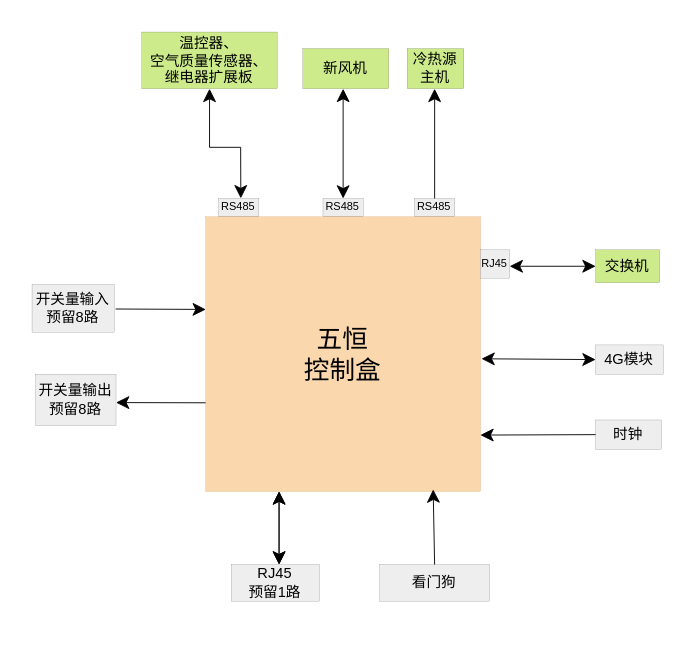
Before: 空调需求原理框图.drawio in JohnNash23/test, a draw.io diagram. Source tidied: cells renumbered, new cells numbered last; positions are measured from the earlier drawing's top-left corner, leaving out a move shared by most shapes. Both pictures are drawn from the tidied source at 183%, with x=0, y=0 at pixel (31, 31).
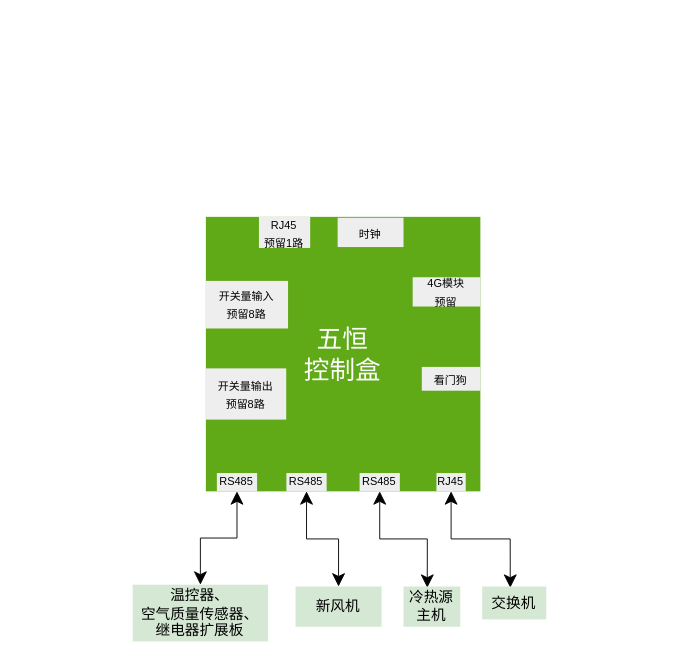
The same diagram, later.

Commit message:
更新空调需求原理框图.drawio

The edit, as a diff of the source:
```diff
@@
+    <mxCell id="5" value="&lt;div style=&quot;font-size: 8px&quot;&gt;&lt;font style=&quot;font-size: 14px&quot;&gt;五恒&lt;/font&gt;&lt;/div&gt;&lt;div style=&quot;font-size: 8px&quot;&gt;&lt;font style=&quot;font-size: 14px&quot;&gt;控制盒&lt;/font&gt;&lt;/div&gt;" style="whiteSpace=wrap;html=1;strokeWidth=0.1;fontSize=8;fillColor=#60a917;strokeColor=none;fontColor=#ffffff;" parent="1" vertex="1">
+      <mxGeometry x="95" y="101" width="150" height="150" as="geometry" />
+    </mxCell>
-    <mxCell id="2" value="&lt;font style=&quot;font-size: 6px;&quot;&gt;RS485&lt;/font&gt;" style="rounded=0;whiteSpace=wrap;html=1;strokeWidth=0.1;fontSize=6;fillColor=#eeeeee;strokeColor=#36393d;" parent="1" vertex="1">
-      <mxGeometry x="102" y="91" width="22" height="10" as="geometry" />
+    <mxCell id="2" value="&lt;font style=&quot;font-size: 6px;&quot;&gt;RS485&lt;/font&gt;" style="rounded=0;whiteSpace=wrap;html=1;strokeWidth=0.1;fontSize=6;fillColor=#eeeeee;strokeColor=none;" parent="1" vertex="1">
+      <mxGeometry x="101" y="241" width="22" height="10" as="geometry" />
     </mxCell>
-    <mxCell id="3" value="&lt;font style=&quot;font-size: 6px;&quot;&gt;RS485&lt;/font&gt;" style="rounded=0;whiteSpace=wrap;html=1;strokeWidth=0.1;fontSize=6;fillColor=#eeeeee;strokeColor=#36393d;" parent="1" vertex="1">
-      <mxGeometry x="159" y="91" width="22" height="10" as="geometry" />
+    <mxCell id="3" value="&lt;font style=&quot;font-size: 6px;&quot;&gt;RS485&lt;/font&gt;" style="rounded=0;whiteSpace=wrap;html=1;strokeWidth=0.1;fontSize=6;fillColor=#eeeeee;strokeColor=none;" parent="1" vertex="1">
+      <mxGeometry x="139" y="241" width="22" height="10" as="geometry" />
     </mxCell>
-    <mxCell id="4" value="&lt;font style=&quot;font-size: 6px;&quot;&gt;RS485&lt;/font&gt;" style="rounded=0;whiteSpace=wrap;html=1;strokeWidth=0.1;fontSize=6;fillColor=#eeeeee;strokeColor=#36393d;" parent="1" vertex="1">
-      <mxGeometry x="209" y="91" width="22" height="10" as="geometry" />
+    <mxCell id="4" value="&lt;font style=&quot;font-size: 6px;&quot;&gt;RS485&lt;/font&gt;" style="rounded=0;whiteSpace=wrap;html=1;strokeWidth=0.1;fontSize=6;fillColor=#eeeeee;strokeColor=none;" parent="1" vertex="1">
+      <mxGeometry x="179" y="241" width="22" height="10" as="geometry" />
     </mxCell>
-    <mxCell id="5" value="&lt;div style=&quot;font-size: 8px&quot;&gt;&lt;font style=&quot;font-size: 14px&quot;&gt;五恒&lt;/font&gt;&lt;/div&gt;&lt;div style=&quot;font-size: 8px&quot;&gt;&lt;font style=&quot;font-size: 14px&quot;&gt;控制盒&lt;/font&gt;&lt;/div&gt;" style="whiteSpace=wrap;html=1;strokeWidth=0.1;fontSize=8;fillColor=#fad7ac;strokeColor=#b46504;" parent="1" vertex="1">
-      <mxGeometry x="95" y="101" width="150" height="150" as="geometry" />
-    </mxCell>
-    <mxCell id="6" style="endArrow=classic;startArrow=classic;html=1;rounded=0;exitX=1;exitY=0.5;exitDx=0;exitDy=0;strokeWidth=0.5;fontSize=8;" parent="1" edge="1" target="15">
-      <mxGeometry relative="1" as="geometry">
-        <mxPoint x="261" y="128" as="sourcePoint" />
-      </mxGeometry>
-    </mxCell>
-    <mxCell id="7" value="&lt;div style=&quot;font-size: 8px;&quot;&gt;开关量输入&lt;/div&gt;&lt;div style=&quot;font-size: 8px;&quot;&gt;预留8路&lt;br style=&quot;font-size: 8px;&quot;&gt;&lt;/div&gt;" style="rounded=0;whiteSpace=wrap;html=1;strokeWidth=0.1;fontSize=8;fillColor=#eeeeee;strokeColor=#36393d;" parent="1" vertex="1">
-      <mxGeometry y="138" width="44.9" height="26" as="geometry" />
+    <mxCell id="7" value="&lt;div style=&quot;font-size: 8px&quot;&gt;&lt;font style=&quot;font-size: 6px&quot;&gt;开关量输入&lt;/font&gt;&lt;/div&gt;&lt;div style=&quot;font-size: 8px&quot;&gt;&lt;font style=&quot;font-size: 6px&quot;&gt;预留8路&lt;br style=&quot;font-size: 8px&quot;&gt;&lt;/font&gt;&lt;/div&gt;" style="rounded=0;whiteSpace=wrap;html=1;strokeWidth=0.1;fontSize=8;fillColor=#eeeeee;strokeColor=none;" parent="1" vertex="1">
+      <mxGeometry x="95" y="136" width="44.9" height="26" as="geometry" />
     </mxCell>
-    <mxCell id="8" value="&lt;div style=&quot;font-size: 8px;&quot;&gt;开关量输出&lt;/div&gt;&lt;div style=&quot;font-size: 8px;&quot;&gt;预留8路&lt;br style=&quot;font-size: 8px;&quot;&gt;&lt;/div&gt;" style="rounded=0;whiteSpace=wrap;html=1;strokeWidth=0.1;fontSize=8;fillColor=#eeeeee;strokeColor=#36393d;" parent="1" vertex="1">
-      <mxGeometry x="2" y="187" width="43.9" height="28" as="geometry" />
+    <mxCell id="8" value="&lt;div style=&quot;font-size: 8px&quot;&gt;&lt;font style=&quot;font-size: 6px&quot;&gt;开关量输出&lt;/font&gt;&lt;/div&gt;&lt;div style=&quot;font-size: 8px&quot;&gt;&lt;font style=&quot;font-size: 6px&quot;&gt;预留8路&lt;br style=&quot;font-size: 8px&quot;&gt;&lt;/font&gt;&lt;/div&gt;" style="rounded=0;whiteSpace=wrap;html=1;strokeWidth=0.1;fontSize=8;fillColor=#eeeeee;strokeColor=none;" parent="1" vertex="1">
+      <mxGeometry x="95" y="183.8" width="43.9" height="28" as="geometry" />
     </mxCell>
-    <mxCell id="9" style="endArrow=classic;startArrow=classic;html=1;rounded=0;entryX=0.5;entryY=1;entryDx=0;entryDy=0;strokeWidth=0.5;fontSize=8;" parent="1" edge="1">
-      <mxGeometry relative="1" as="geometry">
-        <mxPoint x="135" y="291" as="sourcePoint" />
-        <mxPoint x="135" y="251" as="targetPoint" />
-      </mxGeometry>
-    </mxCell>
-    <mxCell id="10" style="endArrow=classic;html=1;rounded=0;exitX=0;exitY=0.444;exitDx=0;exitDy=0;exitPerimeter=0;entryX=1;entryY=0.553;entryDx=0;entryDy=0;entryPerimeter=0;strokeWidth=0.5;fontSize=8;" parent="1" edge="1" target="8">
-      <mxGeometry relative="1" as="geometry">
-        <mxPoint x="94.9" y="202.6" as="sourcePoint" />
-      </mxGeometry>
-    </mxCell>
-    <mxCell id="11" style="endArrow=classic;html=1;rounded=0;entryX=0.001;entryY=0.104;entryDx=0;entryDy=0;entryPerimeter=0;exitX=1.018;exitY=0.514;exitDx=0;exitDy=0;exitPerimeter=0;strokeWidth=0.5;fontSize=8;" parent="1" edge="1" source="7">
-      <mxGeometry relative="1" as="geometry">
-        <mxPoint x="95" y="151.6" as="targetPoint" />
-      </mxGeometry>
-    </mxCell>
-    <mxCell id="12" value="时钟" style="rounded=0;whiteSpace=wrap;html=1;strokeWidth=0.1;fontSize=8;fillColor=#eeeeee;strokeColor=#36393d;" parent="1" vertex="1">
-      <mxGeometry x="308" y="212" width="36" height="16" as="geometry" />
+    <mxCell id="12" value="&lt;font style=&quot;font-size: 6px&quot;&gt;时钟&lt;/font&gt;" style="rounded=0;whiteSpace=wrap;html=1;strokeWidth=0.1;fontSize=8;fillColor=#eeeeee;strokeColor=none;" parent="1" vertex="1">
+      <mxGeometry x="167" y="101.5" width="36" height="16" as="geometry" />
     </mxCell>
-    <mxCell id="13" style="endArrow=classic;html=1;rounded=0;entryX=1;entryY=0.795;entryDx=0;entryDy=0;entryPerimeter=0;exitX=0;exitY=0.5;exitDx=0;exitDy=0;strokeWidth=0.5;fontSize=8;" parent="1" edge="1" source="12" target="5">
-      <mxGeometry relative="1" as="geometry" />
-    </mxCell>
-    <mxCell id="14" value="看门狗" style="rounded=0;whiteSpace=wrap;html=1;strokeWidth=0.1;fontSize=8;fillColor=#eeeeee;strokeColor=#36393d;" parent="1" vertex="1">
-      <mxGeometry x="190" y="291" width="60" height="20" as="geometry" />
+    <mxCell id="14" value="&lt;font style=&quot;font-size: 6px&quot;&gt;看门狗&lt;/font&gt;" style="rounded=0;whiteSpace=wrap;html=1;strokeWidth=0.1;fontSize=8;fillColor=#eeeeee;strokeColor=none;" parent="1" vertex="1">
+      <mxGeometry x="213" y="183" width="32" height="13" as="geometry" />
     </mxCell>
+    <mxCell id="28" style="edgeStyle=orthogonalEdgeStyle;rounded=0;jettySize=auto;html=1;exitX=0.438;exitY=0.037;exitDx=0;exitDy=0;fontSize=8;startArrow=classic;strokeWidth=0.5;exitPerimeter=0;" parent="1" edge="1" source="15" target="27">
+      <mxGeometry relative="1" as="geometry" />
+    </mxCell>
-    <mxCell id="15" value="交换机" style="rounded=0;whiteSpace=wrap;html=1;strokeWidth=0.1;fontSize=8;fillColor=#cdeb8b;strokeColor=#36393d;" parent="1" vertex="1">
-      <mxGeometry x="308" y="119" width="35" height="18" as="geometry" />
+    <mxCell id="15" value="交换机" style="rounded=0;whiteSpace=wrap;html=1;strokeWidth=0.1;fontSize=8;fillColor=#d5e8d4;strokeColor=none;" parent="1" vertex="1">
+      <mxGeometry x="246" y="303" width="35" height="18" as="geometry" />
     </mxCell>
-    <mxCell id="16" value="&lt;div style=&quot;font-size: 8px;&quot;&gt;RJ45&lt;/div&gt;&lt;div style=&quot;font-size: 8px;&quot;&gt;预留1路&lt;br style=&quot;font-size: 8px;&quot;&gt;&lt;/div&gt;" style="rounded=0;whiteSpace=wrap;html=1;strokeWidth=0.1;fontSize=8;fillColor=#eeeeee;strokeColor=#36393d;" parent="1" vertex="1">
-      <mxGeometry x="109" y="291" width="48" height="20" as="geometry" />
+    <mxCell id="16" value="&lt;div style=&quot;font-size: 8px&quot;&gt;&lt;font style=&quot;font-size: 6px&quot;&gt;RJ45&lt;/font&gt;&lt;/div&gt;&lt;div style=&quot;font-size: 8px&quot;&gt;&lt;font style=&quot;font-size: 6px&quot;&gt;预留1路&lt;/font&gt;&lt;br style=&quot;font-size: 8px&quot;&gt;&lt;/div&gt;" style="rounded=0;whiteSpace=wrap;html=1;strokeWidth=0.1;fontSize=8;fillColor=#eeeeee;strokeColor=none;" parent="1" vertex="1">
+      <mxGeometry x="124" y="101" width="28" height="17" as="geometry" />
     </mxCell>
-    <mxCell id="17" style="endArrow=classic;startArrow=classic;html=1;rounded=0;entryX=0.5;entryY=1;entryDx=0;entryDy=0;strokeWidth=0.5;fontSize=8;" parent="1" edge="1">
-      <mxGeometry relative="1" as="geometry">
-        <mxPoint x="135" y="291" as="sourcePoint" />
-        <mxPoint x="135" y="251" as="targetPoint" />
-      </mxGeometry>
-    </mxCell>
-    <mxCell id="18" style="endArrow=classic;startArrow=classic;html=1;rounded=0;entryX=0.5;entryY=1;entryDx=0;entryDy=0;exitX=0.5;exitY=0;exitDx=0;exitDy=0;strokeWidth=0.5;fontSize=8;" parent="1" edge="1">
-      <mxGeometry relative="1" as="geometry">
-        <mxPoint x="170" y="91" as="sourcePoint" />
-        <mxPoint x="170" y="31" as="targetPoint" />
-      </mxGeometry>
-    </mxCell>
-    <mxCell id="19" style="endArrow=classic;html=1;rounded=0;exitX=0.5;exitY=0;exitDx=0;exitDy=0;entryX=0.828;entryY=0.993;entryDx=0;entryDy=0;entryPerimeter=0;strokeWidth=0.5;fontSize=8;" parent="1" edge="1" source="14" target="5">
-      <mxGeometry relative="1" as="geometry" />
-    </mxCell>
-    <mxCell id="20" style="edgeStyle=orthogonalEdgeStyle;rounded=0;orthogonalLoop=1;jettySize=auto;html=1;fontSize=6;strokeWidth=0.5;" parent="1" edge="1">
-      <mxGeometry relative="1" as="geometry">
-        <mxPoint x="220" y="91" as="sourcePoint" />
-        <mxPoint x="220" y="31" as="targetPoint" />
-      </mxGeometry>
-    </mxCell>
-    <mxCell id="21" style="endArrow=classic;startArrow=classic;html=1;rounded=0;entryX=0.5;entryY=1;entryDx=0;entryDy=0;strokeWidth=0.5;fontSize=8;exitX=0.551;exitY=-0.006;exitDx=0;exitDy=0;exitPerimeter=0;" parent="1" edge="1" target="24">
-      <mxGeometry relative="1" as="geometry">
-        <mxPoint x="114.1" y="90.9" as="sourcePoint" />
-        <Array as="points">
-          <mxPoint x="114" y="63" />
-          <mxPoint x="97" y="63" />
-        </Array>
-      </mxGeometry>
-    </mxCell>
-    <mxCell id="22" value="4G模块" style="rounded=0;whiteSpace=wrap;html=1;strokeWidth=0.1;fontSize=8;fillColor=#eeeeee;strokeColor=#36393d;" parent="1" vertex="1">
-      <mxGeometry x="308" y="171" width="37" height="16" as="geometry" />
+    <mxCell id="22" value="&lt;div&gt;&lt;font style=&quot;font-size: 6px&quot;&gt;4G模块&lt;/font&gt;&lt;/div&gt;&lt;div&gt;&lt;font style=&quot;font-size: 6px&quot;&gt;预留&lt;/font&gt;&lt;/div&gt;" style="rounded=0;whiteSpace=wrap;html=1;strokeWidth=0.1;fontSize=8;fillColor=#eeeeee;strokeColor=none;" parent="1" vertex="1">
+      <mxGeometry x="208" y="134" width="37" height="16" as="geometry" />
     </mxCell>
-    <mxCell id="23" style="endArrow=classic;startArrow=classic;html=1;rounded=0;exitX=1.004;exitY=0.517;exitDx=0;exitDy=0;strokeWidth=0.5;fontSize=8;entryX=0;entryY=0.5;entryDx=0;entryDy=0;exitPerimeter=0;" parent="1" edge="1" source="5" target="22">
-      <mxGeometry relative="1" as="geometry" />
-    </mxCell>
+    <mxCell id="29" style="edgeStyle=orthogonalEdgeStyle;rounded=0;jettySize=auto;html=1;entryX=0.5;entryY=1;entryDx=0;entryDy=0;fontSize=8;startArrow=classic;strokeWidth=0.5;" parent="1" edge="1" source="24" target="2">
+      <mxGeometry relative="1" as="geometry" />
+    </mxCell>
-    <mxCell id="24" value="&lt;div&gt;温控器、&lt;/div&gt;&lt;div&gt;空气质量传感器、&lt;/div&gt;&lt;div&gt;继电器扩展板&lt;br&gt;&lt;/div&gt;" style="rounded=0;whiteSpace=wrap;html=1;strokeWidth=0.1;fontSize=8;fillColor=#cdeb8b;strokeColor=#36393d;" parent="1" vertex="1">
-      <mxGeometry x="60" width="74" height="31" as="geometry" />
+    <mxCell id="24" value="&lt;div&gt;&lt;font style=&quot;font-size: 8px&quot;&gt;温控器&lt;/font&gt;、&lt;/div&gt;&lt;div&gt;空气质量传感器、&lt;/div&gt;&lt;div&gt;继电器扩展板&lt;br&gt;&lt;/div&gt;" style="rounded=0;whiteSpace=wrap;html=1;strokeWidth=0.1;fontSize=8;fillColor=#d5e8d4;strokeColor=none;" parent="1" vertex="1">
+      <mxGeometry x="55" y="302" width="74" height="31" as="geometry" />
     </mxCell>
+    <mxCell id="30" style="edgeStyle=orthogonalEdgeStyle;rounded=0;jettySize=auto;html=1;exitX=0.5;exitY=0;exitDx=0;exitDy=0;entryX=0.5;entryY=1;entryDx=0;entryDy=0;fontSize=8;startArrow=classic;strokeWidth=0.5;" parent="1" edge="1" source="25" target="3">
+      <mxGeometry relative="1" as="geometry" />
+    </mxCell>
-    <mxCell id="25" value="&lt;div style=&quot;font-size: 8px&quot;&gt;新风机&lt;/div&gt;" style="rounded=0;whiteSpace=wrap;html=1;strokeWidth=0.1;fontSize=8;fillColor=#cdeb8b;strokeColor=#36393d;" parent="1" vertex="1">
-      <mxGeometry x="148" y="9" width="47" height="22" as="geometry" />
+    <mxCell id="25" value="&lt;div style=&quot;font-size: 8px&quot;&gt;新风机&lt;/div&gt;" style="rounded=0;whiteSpace=wrap;html=1;strokeWidth=0.1;fontSize=8;fillColor=#d5e8d4;strokeColor=none;" parent="1" vertex="1">
+      <mxGeometry x="144" y="303" width="47" height="22" as="geometry" />
     </mxCell>
+    <mxCell id="31" style="edgeStyle=orthogonalEdgeStyle;rounded=0;jettySize=auto;html=1;entryX=0.5;entryY=1;entryDx=0;entryDy=0;fontSize=8;startArrow=classic;strokeWidth=0.5;exitX=0.419;exitY=0.03;exitDx=0;exitDy=0;exitPerimeter=0;" parent="1" edge="1" source="26" target="4">
+      <mxGeometry relative="1" as="geometry" />
+    </mxCell>
-    <mxCell id="26" value="冷热源主机" style="rounded=0;whiteSpace=wrap;html=1;strokeWidth=0.1;fontSize=8;fillColor=#cdeb8b;strokeColor=#36393d;" parent="1" vertex="1">
-      <mxGeometry x="205" y="9" width="31" height="22" as="geometry" />
+    <mxCell id="26" value="冷热源主机" style="rounded=0;whiteSpace=wrap;html=1;strokeWidth=0.1;fontSize=8;fillColor=#d5e8d4;strokeColor=none;" parent="1" vertex="1">
+      <mxGeometry x="203" y="303" width="31" height="22" as="geometry" />
     </mxCell>
-    <mxCell id="27" value="&lt;div style=&quot;font-size: 6px;&quot;&gt;&lt;font style=&quot;font-size: 6px;&quot;&gt;RJ45&lt;/font&gt;&lt;/div&gt;" style="rounded=0;whiteSpace=wrap;html=1;strokeWidth=0.1;fontSize=6;fillColor=#eeeeee;strokeColor=#36393d;" parent="1" vertex="1">
-      <mxGeometry x="245" y="119" width="16" height="15.5" as="geometry" />
+    <mxCell id="27" value="&lt;div style=&quot;font-size: 6px;&quot;&gt;&lt;font style=&quot;font-size: 6px;&quot;&gt;RJ45&lt;/font&gt;&lt;/div&gt;" style="rounded=0;whiteSpace=wrap;html=1;strokeWidth=0.1;fontSize=6;fillColor=#eeeeee;strokeColor=none;" parent="1" vertex="1">
+      <mxGeometry x="221" y="241" width="16" height="10" as="geometry" />
     </mxCell>
```
